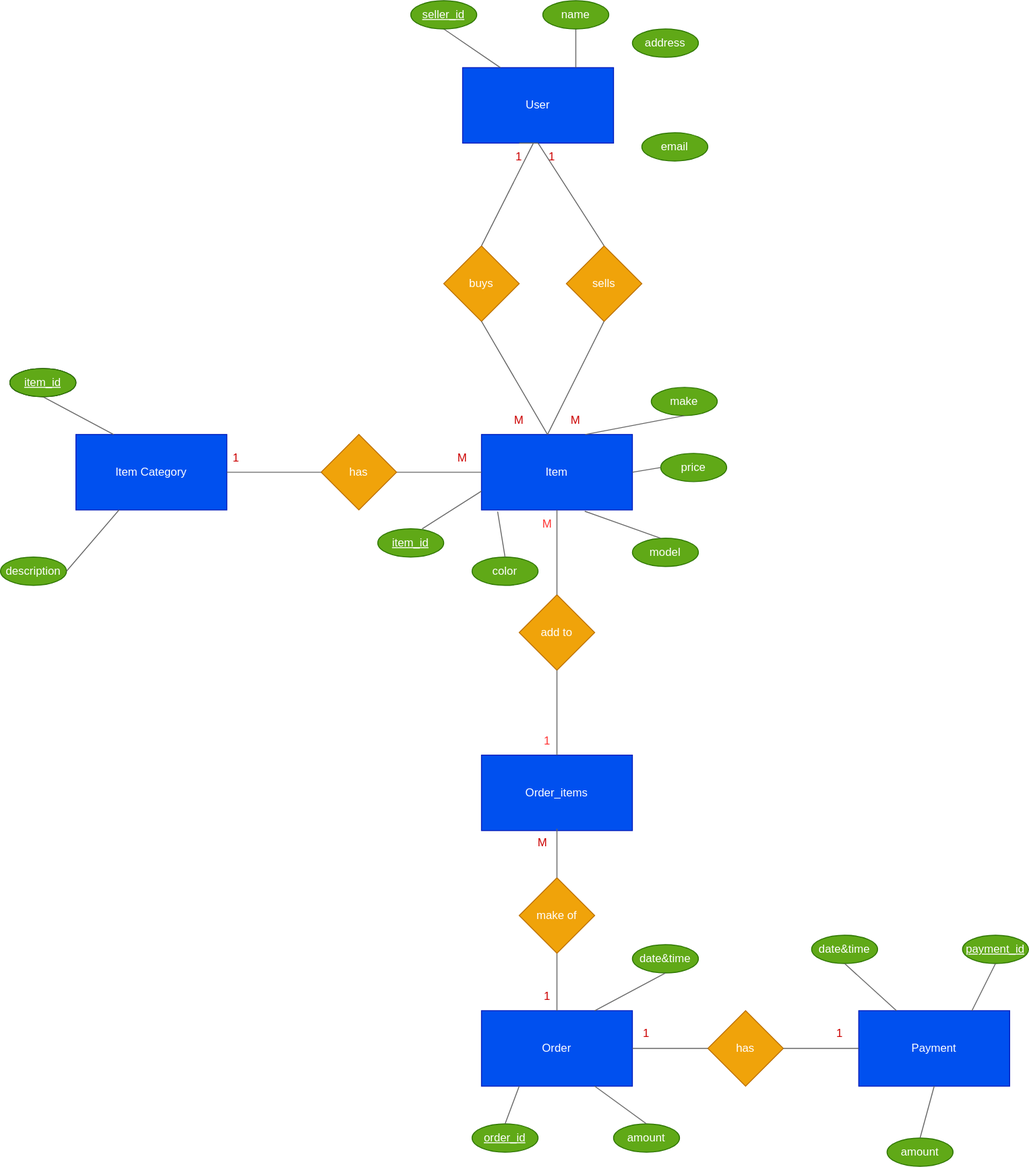
Earlier version of the draw.io export images/ER_diagram.drawio.svg (Hemakanth1/shopping-cart-system). Source tidied: cells renumbered, new cells last; positions are measured from the earlier drawing's top-left corner, leaving out a move shared by most shapes.
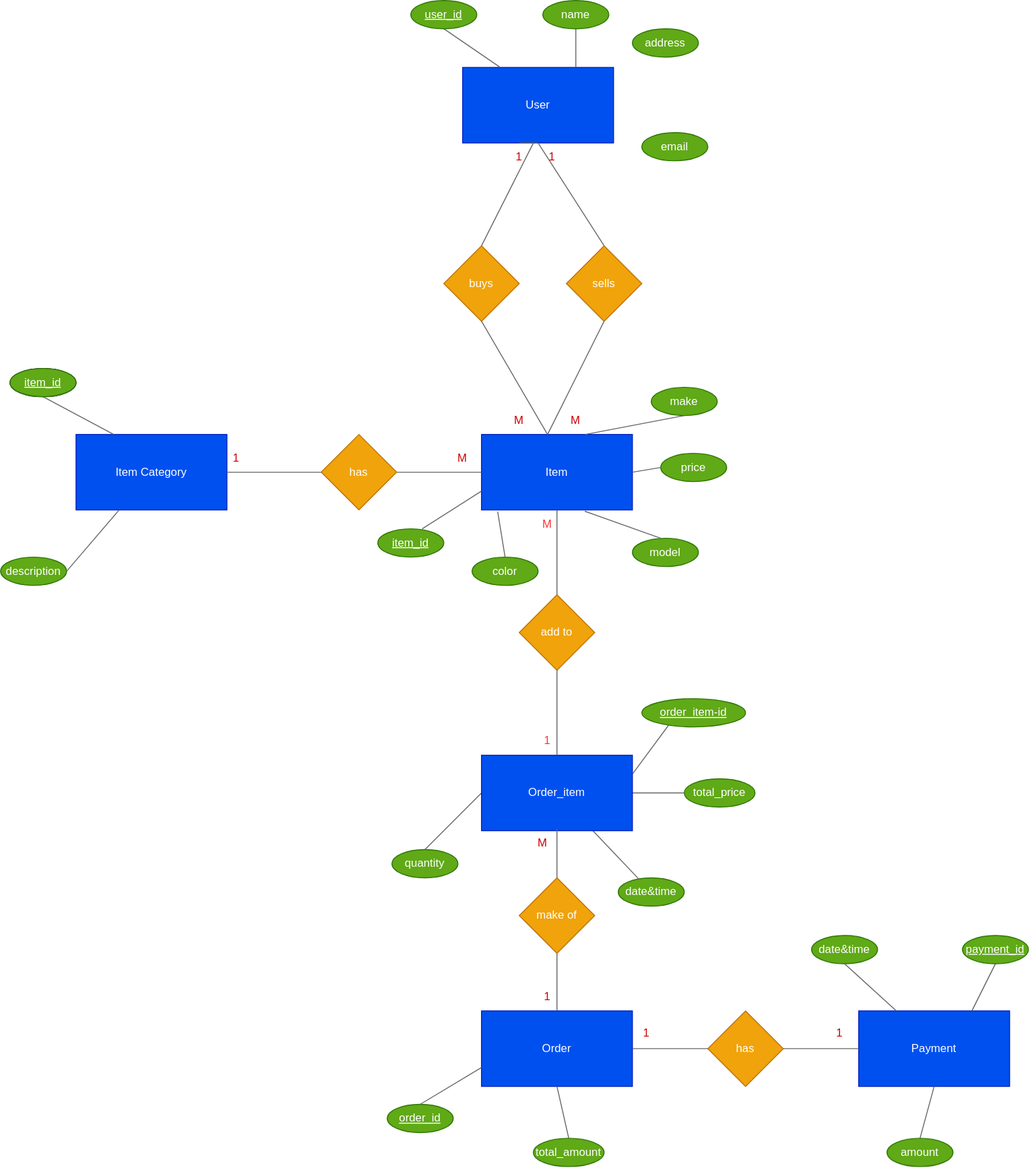
Later version of the same file.

Commit message:
erd and tables modified

What changed in the source:
```diff
@@ -76,22 +76,22 @@
     <mxCell id="25" style="endArrow=none;html=1;fontColor=#FFFFFF;exitX=0.673;exitY=0;exitDx=0;exitDy=0;exitPerimeter=0;entryX=0;entryY=0.75;entryDx=0;entryDy=0;fillColor=#f5f5f5;strokeColor=#666666;" parent="1" edge="1" source="24" target="3">
       <mxGeometry relative="1" as="geometry" />
     </mxCell>
-    <mxCell id="26" value="&lt;u&gt;order_id&lt;/u&gt;" style="ellipse;whiteSpace=wrap;html=1;fontColor=#ffffff;fillColor=#60a917;strokeColor=#2D7600;" parent="1" vertex="1">
-      <mxGeometry x="500" y="1191" width="70" height="30" as="geometry" />
+    <mxCell id="26" value="quantity" style="ellipse;whiteSpace=wrap;html=1;fontColor=#ffffff;fillColor=#60a917;strokeColor=#2D7600;" parent="1" vertex="1">
+      <mxGeometry x="415" y="900" width="70" height="30" as="geometry" />
     </mxCell>
-    <mxCell id="27" value="amount" style="ellipse;whiteSpace=wrap;html=1;fontColor=#ffffff;fillColor=#60a917;strokeColor=#2D7600;" parent="1" vertex="1">
-      <mxGeometry x="650" y="1191" width="70" height="30" as="geometry" />
+    <mxCell id="27" value="total_price" style="ellipse;whiteSpace=wrap;html=1;fontColor=#ffffff;fillColor=#60a917;strokeColor=#2D7600;" parent="1" vertex="1">
+      <mxGeometry x="725" y="825" width="75" height="30" as="geometry" />
     </mxCell>
-    <mxCell id="28" style="endArrow=none;html=1;fontColor=#FFFFFF;exitX=0.5;exitY=0;exitDx=0;exitDy=0;entryX=0.25;entryY=1;entryDx=0;entryDy=0;fillColor=#f5f5f5;strokeColor=#666666;" parent="1" edge="1" source="26" target="5">
+    <mxCell id="28" style="endArrow=none;html=1;fontColor=#FFFFFF;exitX=0.5;exitY=0;exitDx=0;exitDy=0;entryX=0;entryY=0.5;entryDx=0;entryDy=0;fillColor=#f5f5f5;strokeColor=#666666;" parent="1" edge="1" source="26" target="51">
       <mxGeometry relative="1" as="geometry" />
     </mxCell>
-    <mxCell id="29" style="endArrow=none;html=1;fontColor=#FFFFFF;exitX=0.5;exitY=0;exitDx=0;exitDy=0;entryX=0.75;entryY=1;entryDx=0;entryDy=0;fillColor=#f5f5f5;strokeColor=#666666;" parent="1" edge="1" source="27" target="5">
+    <mxCell id="29" style="endArrow=none;html=1;fontColor=#FFFFFF;exitX=0;exitY=0.5;exitDx=0;exitDy=0;entryX=1;entryY=0.5;entryDx=0;entryDy=0;fillColor=#f5f5f5;strokeColor=#666666;" parent="1" edge="1" source="27" target="51">
       <mxGeometry relative="1" as="geometry" />
     </mxCell>
     <mxCell id="30" value="date&amp;amp;time" style="ellipse;whiteSpace=wrap;html=1;fontColor=#ffffff;fillColor=#60a917;strokeColor=#2D7600;" parent="1" vertex="1">
-      <mxGeometry x="670" y="1001" width="70" height="30" as="geometry" />
+      <mxGeometry x="655" y="930" width="70" height="30" as="geometry" />
     </mxCell>
-    <mxCell id="31" style="endArrow=none;html=1;fontColor=#FFFFFF;entryX=0.5;entryY=1;entryDx=0;entryDy=0;exitX=0.75;exitY=0;exitDx=0;exitDy=0;fillColor=#f5f5f5;strokeColor=#666666;" parent="1" edge="1" source="5" target="30">
+    <mxCell id="31" style="endArrow=none;html=1;fontColor=#FFFFFF;fillColor=#f5f5f5;strokeColor=#666666;" parent="1" edge="1" source="51" target="30">
       <mxGeometry relative="1" as="geometry" />
     </mxCell>
     <mxCell id="32" value="date&amp;amp;time" style="ellipse;whiteSpace=wrap;html=1;fillColor=#60a917;strokeColor=#2D7600;fontColor=#ffffff;" parent="1" vertex="1">
@@ -127,7 +127,7 @@
     <mxCell id="42" value="&lt;u&gt;item_id&lt;/u&gt;" style="ellipse;whiteSpace=wrap;html=1;fontColor=#ffffff;fillColor=#60a917;strokeColor=#2D7600;" parent="1" vertex="1">
       <mxGeometry x="10" y="390" width="70" height="30" as="geometry" />
     </mxCell>
-    <mxCell id="43" value="&lt;u&gt;seller_id&lt;/u&gt;" style="ellipse;whiteSpace=wrap;html=1;fontColor=#ffffff;fillColor=#60a917;strokeColor=#2D7600;" parent="1" vertex="1">
+    <mxCell id="43" value="&lt;u&gt;user_id&lt;/u&gt;" style="ellipse;whiteSpace=wrap;html=1;fontColor=#ffffff;fillColor=#60a917;strokeColor=#2D7600;" parent="1" vertex="1">
       <mxGeometry x="435" width="70" height="30" as="geometry" />
     </mxCell>
     <mxCell id="44" value="name" style="ellipse;whiteSpace=wrap;html=1;fontColor=#ffffff;fillColor=#60a917;strokeColor=#2D7600;" parent="1" vertex="1">
@@ -151,7 +151,7 @@
     <mxCell id="50" value="M" style="text;html=1;strokeColor=none;fillColor=none;align=center;verticalAlign=middle;whiteSpace=wrap;rounded=0;fontColor=#CC0000;" parent="1" vertex="1">
       <mxGeometry x="460" y="470" width="60" height="30" as="geometry" />
     </mxCell>
-    <mxCell id="51" value="Order_items" style="rounded=0;whiteSpace=wrap;html=1;fillColor=#0050ef;fontColor=#ffffff;strokeColor=#001DBC;" parent="1" vertex="1">
+    <mxCell id="51" value="Order_item" style="rounded=0;whiteSpace=wrap;html=1;fillColor=#0050ef;fontColor=#ffffff;strokeColor=#001DBC;" parent="1" vertex="1">
       <mxGeometry x="510" y="800" width="160" height="80" as="geometry" />
     </mxCell>
     <mxCell id="52" value="&lt;font color=&quot;#ffffff&quot;&gt;make of&lt;/font&gt;" style="rhombus;whiteSpace=wrap;html=1;fontColor=#000000;fillColor=#f0a30a;strokeColor=#BD7000;" parent="1" vertex="1">
@@ -214,5 +214,23 @@
     <mxCell id="71" value="1" style="text;html=1;strokeColor=none;fillColor=none;align=center;verticalAlign=middle;whiteSpace=wrap;rounded=0;fontColor=#CC0000;" parent="1" vertex="1">
       <mxGeometry x="860" y="1080" width="60" height="30" as="geometry" />
     </mxCell>
+    <mxCell id="72" value="&lt;u&gt;order_item-id&lt;/u&gt;" style="ellipse;whiteSpace=wrap;html=1;fontColor=#ffffff;fillColor=#60a917;strokeColor=#2D7600;" parent="1" vertex="1">
+      <mxGeometry x="680" y="740" width="110" height="30" as="geometry" />
+    </mxCell>
+    <mxCell id="73" value="&lt;u&gt;order_id&lt;/u&gt;" style="ellipse;whiteSpace=wrap;html=1;fontColor=#ffffff;fillColor=#60a917;strokeColor=#2D7600;" parent="1" vertex="1">
+      <mxGeometry x="410" y="1170" width="70" height="30" as="geometry" />
+    </mxCell>
+    <mxCell id="74" style="endArrow=none;html=1;fontColor=#FFFFFF;exitX=0.259;exitY=0.933;exitDx=0;exitDy=0;entryX=1;entryY=0.25;entryDx=0;entryDy=0;fillColor=#f5f5f5;strokeColor=#666666;exitPerimeter=0;" parent="1" edge="1" source="72" target="51">
+      <mxGeometry relative="1" as="geometry" />
+    </mxCell>
+    <mxCell id="75" style="endArrow=none;html=1;fontColor=#FFFFFF;entryX=0;entryY=0.75;entryDx=0;entryDy=0;exitX=0.5;exitY=0;exitDx=0;exitDy=0;fillColor=#f5f5f5;strokeColor=#666666;" parent="1" edge="1" source="73" target="5">
+      <mxGeometry relative="1" as="geometry" />
+    </mxCell>
+    <mxCell id="76" value="total_amount" style="ellipse;whiteSpace=wrap;html=1;fontColor=#ffffff;fillColor=#60a917;strokeColor=#2D7600;" parent="1" vertex="1">
+      <mxGeometry x="565" y="1206" width="75" height="30" as="geometry" />
+    </mxCell>
+    <mxCell id="77" style="endArrow=none;html=1;fontColor=#FFFFFF;exitX=0.5;exitY=0;exitDx=0;exitDy=0;fillColor=#f5f5f5;strokeColor=#666666;entryX=0.5;entryY=1;entryDx=0;entryDy=0;" parent="1" edge="1" source="76" target="5">
+      <mxGeometry relative="1" as="geometry" />
+    </mxCell>
   </root>
 </mxGraphModel>
```
